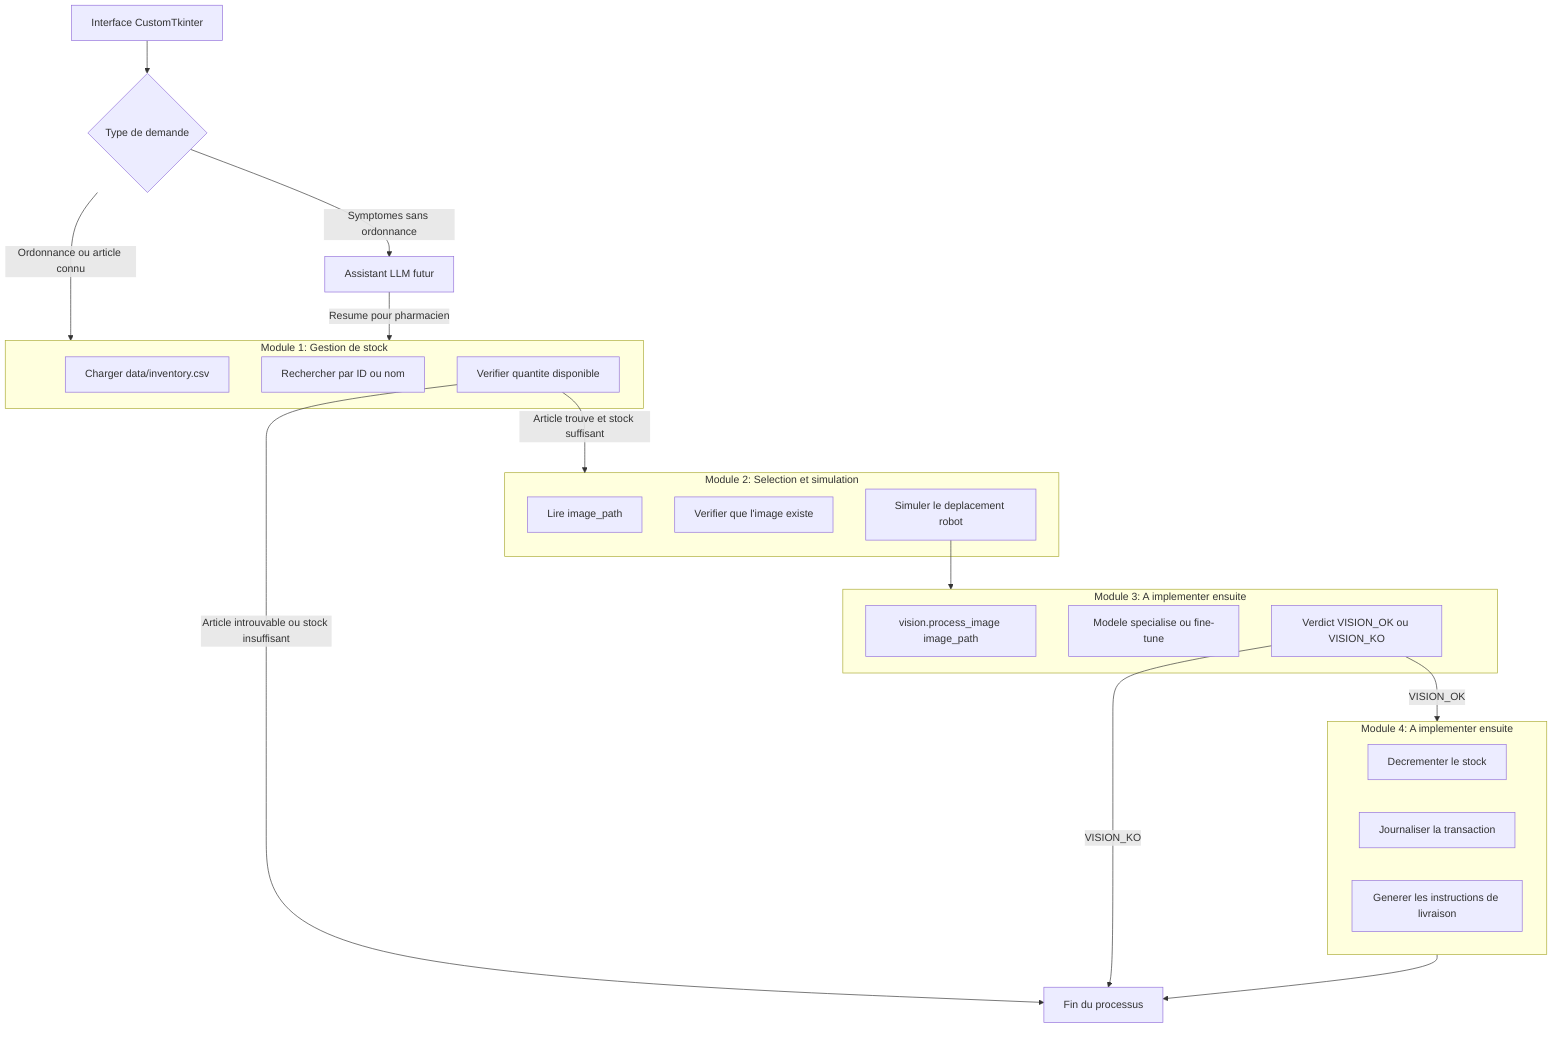
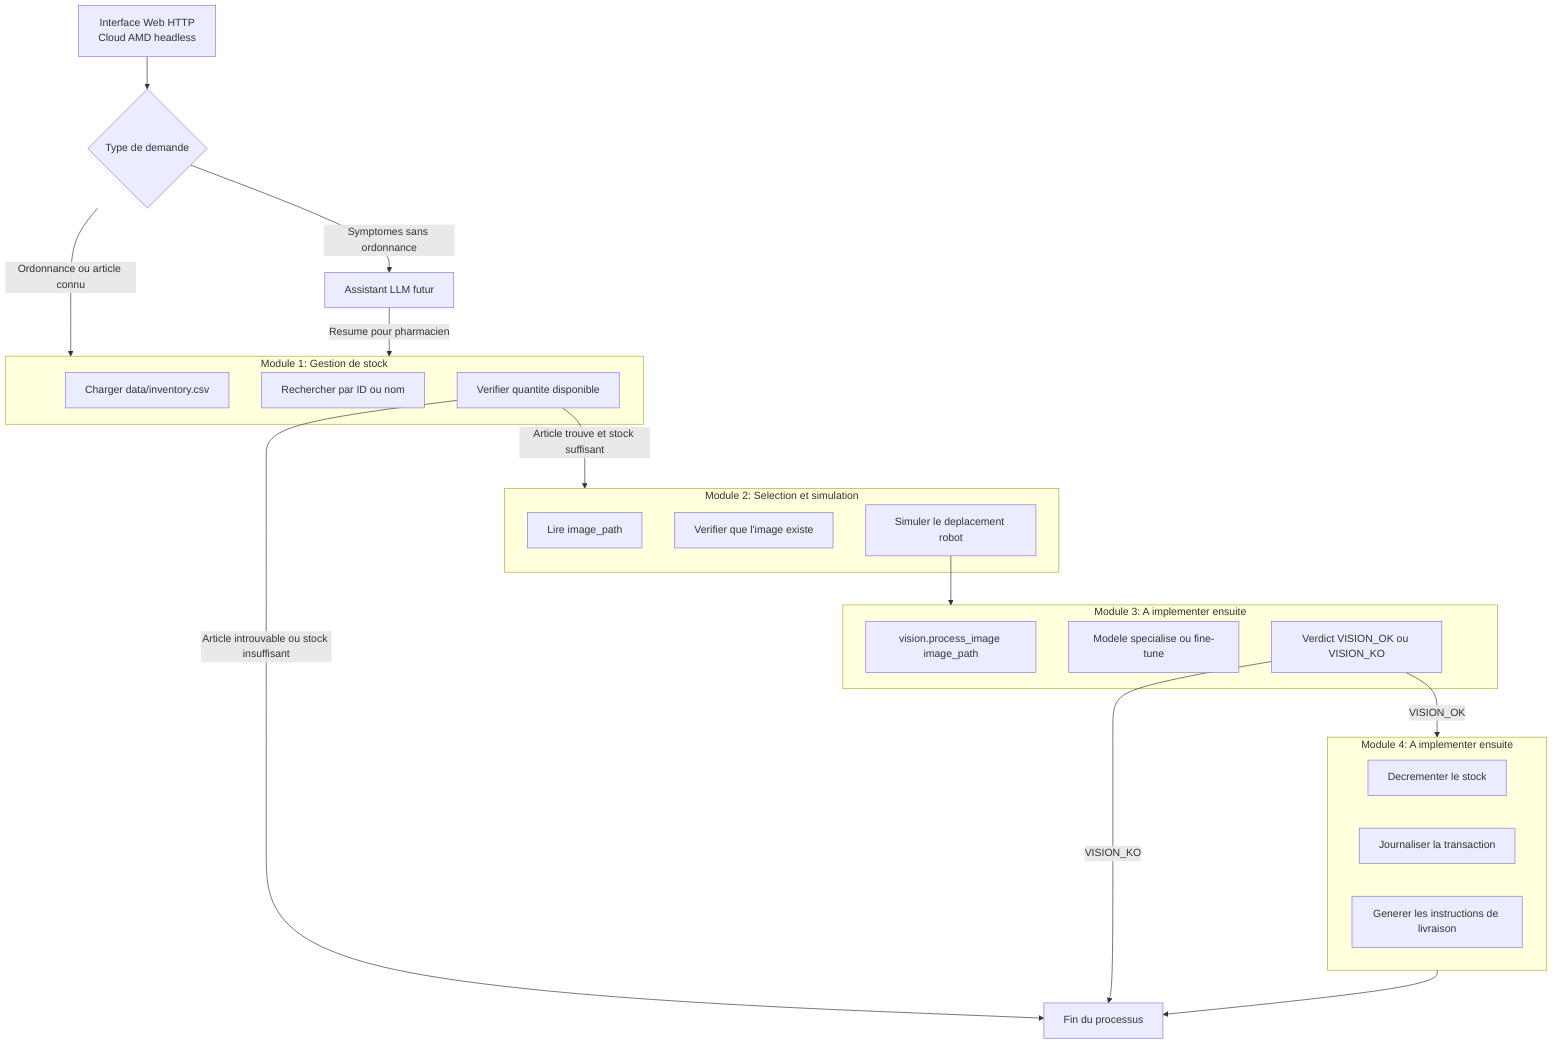
flowchart TD
-     A[Interface CustomTkinter] --> A1{Type de demande}
+     A[Interface Web HTTP<br/>Cloud AMD headless] --> A1{Type de demande}
    A1 -->|Ordonnance ou article connu| B[Module 1: Gestion de stock]
    A1 -->|Symptomes sans ordonnance| L[Assistant LLM futur]
    L -->|Resume pour pharmacien| B

    subgraph B [Module 1: Gestion de stock]
        B1[Charger data/inventory.csv]
        B2[Rechercher par ID ou nom]
        B3[Verifier quantite disponible]
    end

    B3 -->|Article trouve et stock suffisant| C[Module 2: Selection image]
    B3 -->|Article introuvable ou stock insuffisant| F[Fin avec message d'erreur]

    subgraph C [Module 2: Selection et simulation]
        C1[Lire image_path]
        C2[Verifier que l'image existe]
        C3[Simuler le deplacement robot]
    end

    C3 --> D[Module 3: Vision par ordinateur]

    subgraph D [Module 3: A implementer ensuite]
        D1[vision.process_image image_path]
        D2[Modele specialise ou fine-tune]
        D3[Verdict VISION_OK ou VISION_KO]
    end

    D3 -->|VISION_OK| E[Module 4: Automatisation]
    D3 -->|VISION_KO| F

    subgraph E [Module 4: A implementer ensuite]
        E1[Decrementer le stock]
        E2[Journaliser la transaction]
        E3[Generer les instructions de livraison]
    end

    E --> F[Fin du processus]
